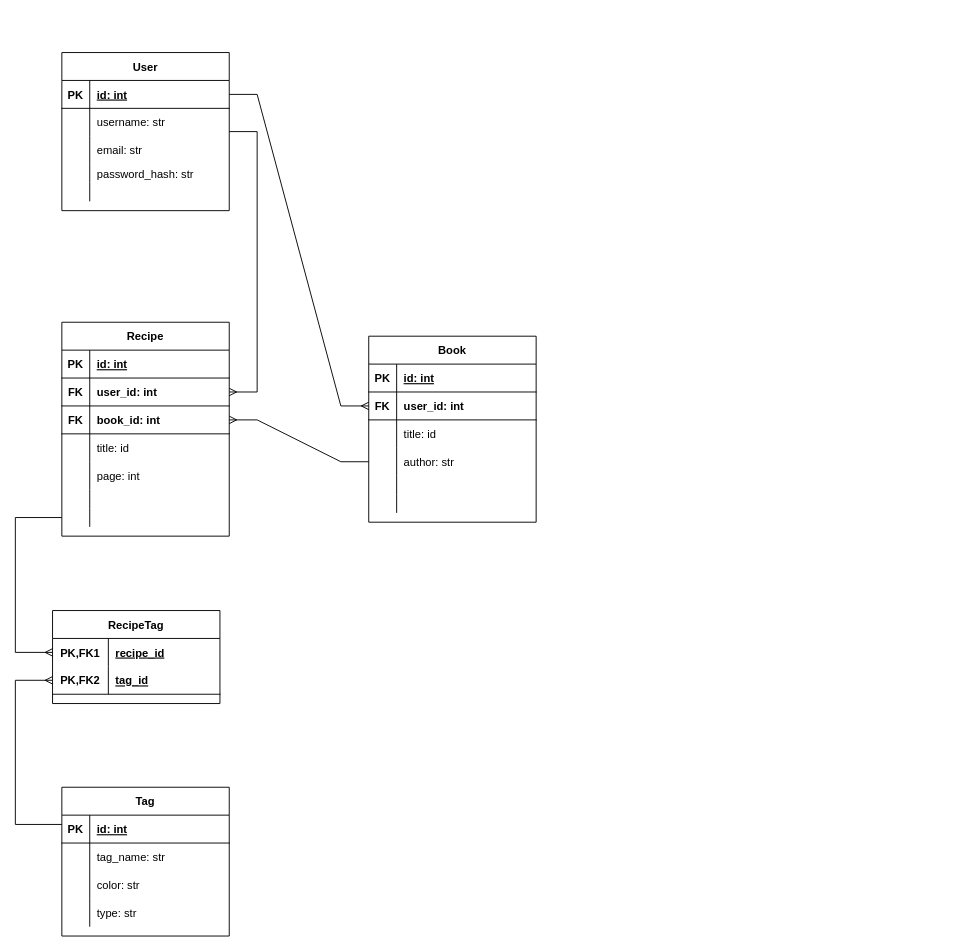
The draw.io diagram doc/recipe_model.drawio in flo-hauser/recipe-collection-api, before the edit. Source tidied: cells renumbered, new cells numbered last; positions are measured from the earlier drawing's top-left corner, leaving out a move shared by most shapes. Both pictures are drawn from the tidied source at 93%, with x=0, y=0 at pixel (15, 52).
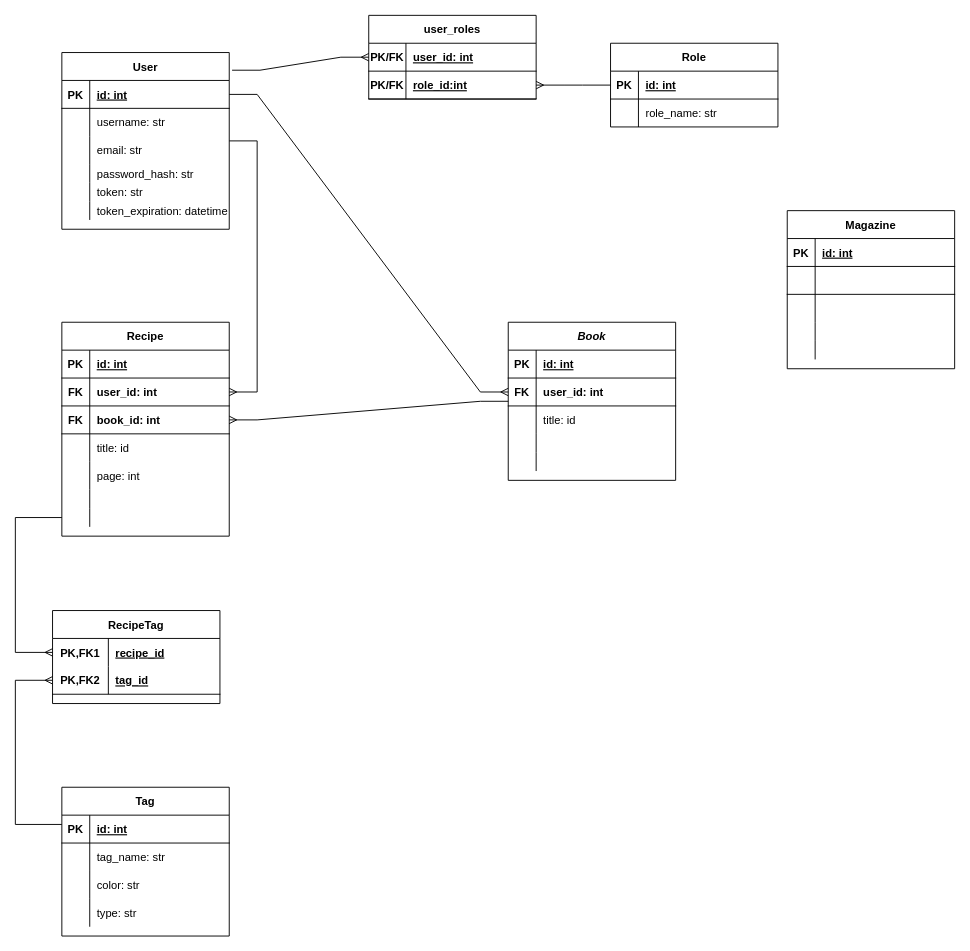
The same diagram, later.

Commit message (it also covers changes not shown here):
basic recipe and book model

Unchanged cells that the change refers to:
```xml
<mxCell id="25" style="shape=tableRow;horizontal=0;startSize=0;swimlaneHead=0;swimlaneBody=0;fillColor=none;points=[[0,0.5],[1,0.5]];portConstraint=eastwest;top=0;left=0;right=0;bottom=1;" parent="18" vertex="1">
  <mxGeometry y="90" width="180" height="30" as="geometry" />
</mxCell>
```

What changed in the source:
```diff
@@
     <mxCell id="2" value="User" style="shape=table;startSize=30;childLayout=tableLayout;rowLines=0;fontStyle=1;align=center;" parent="1" vertex="1">
-      <mxGeometry x="50" width="180" height="170" as="geometry" />
+      <mxGeometry x="50" width="180" height="190" as="geometry" />
     </mxCell>
@@
-    <mxCell id="15" style="shape=tableRow;horizontal=0;startSize=0;swimlaneHead=0;swimlaneBody=0;fillColor=none;top=0;left=0;right=0;bottom=0;" parent="2" vertex="1">
-      <mxGeometry y="140" width="180" height="20" as="geometry" />
-    </mxCell>
-    <mxCell id="16" style="shape=partialRectangle;fillColor=none;top=0;left=0;bottom=0;right=0;overflow=hidden;" parent="15" vertex="1">
-      <mxGeometry width="30" height="20" as="geometry" />
-    </mxCell>
-    <mxCell id="17" style="shape=partialRectangle;fillColor=none;top=0;left=0;bottom=0;right=0;align=left;spacingLeft=6;overflow=hidden;" parent="15" vertex="1">
-      <mxGeometry x="30" width="150" height="20" as="geometry" />
-    </mxCell>
+    <mxCell id="84" style="shape=tableRow;horizontal=0;startSize=0;swimlaneHead=0;swimlaneBody=0;fillColor=none;top=0;left=0;right=0;bottom=0;" parent="2" vertex="1">
+      <mxGeometry y="140" width="180" height="20" as="geometry" />
+    </mxCell>
+    <mxCell id="85" style="shape=partialRectangle;fillColor=none;top=0;left=0;bottom=0;right=0;overflow=hidden;" parent="84" vertex="1">
+      <mxGeometry width="30" height="20" as="geometry" />
+    </mxCell>
+    <mxCell id="86" value="token: str" style="shape=partialRectangle;fillColor=none;top=0;left=0;bottom=0;right=0;align=left;spacingLeft=6;overflow=hidden;" parent="84" vertex="1">
+      <mxGeometry x="30" width="150" height="20" as="geometry" />
+    </mxCell>
+    <mxCell id="87" style="shape=tableRow;horizontal=0;startSize=0;swimlaneHead=0;swimlaneBody=0;fillColor=none;top=0;left=0;right=0;bottom=0;" parent="2" vertex="1">
+      <mxGeometry y="160" width="180" height="20" as="geometry" />
+    </mxCell>
+    <mxCell id="88" style="shape=partialRectangle;fillColor=none;top=0;left=0;bottom=0;right=0;overflow=hidden;" parent="87" vertex="1">
+      <mxGeometry width="30" height="20" as="geometry" />
+    </mxCell>
+    <mxCell id="89" value="token_expiration: datetime" style="shape=partialRectangle;fillColor=none;top=0;left=0;bottom=0;right=0;align=left;spacingLeft=6;overflow=hidden;" parent="87" vertex="1">
+      <mxGeometry x="30" width="150" height="20" as="geometry" />
+    </mxCell>
@@
-    <mxCell id="41" value="Book" style="shape=table;startSize=30;childLayout=tableLayout;rowLines=0;fontStyle=1;align=center;" parent="1" vertex="1">
-      <mxGeometry x="380" y="305" width="180" height="200" as="geometry" />
+    <mxCell id="41" value="Book" style="shape=table;startSize=30;childLayout=tableLayout;rowLines=0;fontStyle=3;align=center;" parent="1" vertex="1">
+      <mxGeometry x="530" y="290" width="180" height="170" as="geometry" />
     </mxCell>
@@
-    <mxCell id="51" style="shape=tableRow;horizontal=0;startSize=0;swimlaneHead=0;swimlaneBody=0;fillColor=none;points=[[0,0.5],[1,0.5]];portConstraint=eastwest;top=0;left=0;right=0;bottom=0;" parent="41" vertex="1">
-      <mxGeometry y="120" width="180" height="30" as="geometry" />
-    </mxCell>
-    <mxCell id="52" style="shape=partialRectangle;fillColor=none;top=0;left=0;bottom=0;right=0;overflow=hidden;" parent="51" vertex="1">
-      <mxGeometry width="30" height="30" as="geometry" />
-    </mxCell>
-    <mxCell id="53" value="author: str" style="shape=partialRectangle;fillColor=none;top=0;left=0;bottom=0;right=0;align=left;spacingLeft=6;overflow=hidden;" parent="51" vertex="1">
-      <mxGeometry x="30" width="150" height="30" as="geometry" />
-    </mxCell>
     <mxCell id="54" style="shape=tableRow;horizontal=0;startSize=0;swimlaneHead=0;swimlaneBody=0;fillColor=none;top=0;left=0;right=0;bottom=0;" parent="41" vertex="1">
-      <mxGeometry y="150" width="180" height="20" as="geometry" />
+      <mxGeometry y="120" width="180" height="20" as="geometry" />
     </mxCell>
@@
     <mxCell id="57" style="shape=tableRow;horizontal=0;startSize=0;swimlaneHead=0;swimlaneBody=0;fillColor=none;top=0;left=0;right=0;bottom=0;" parent="41" vertex="1">
-      <mxGeometry y="170" width="180" height="20" as="geometry" />
+      <mxGeometry y="140" width="180" height="20" as="geometry" />
     </mxCell>
@@
-    <mxCell id="61" style="edgeStyle=entityRelationEdgeStyle;fontSize=12;html=1;endArrow=ERmany;rounded=0;exitX=0;exitY=0.5;exitDx=0;exitDy=0;entryX=1;entryY=0.5;entryDx=0;entryDy=0;" parent="1" edge="1" source="51" target="25">
+    <mxCell id="61" style="edgeStyle=entityRelationEdgeStyle;fontSize=12;html=1;endArrow=ERmany;rounded=0;entryX=1;entryY=0.5;entryDx=0;entryDy=0;" parent="1" edge="1" source="41" target="25">
       <mxGeometry relative="1" as="geometry" />
     </mxCell>
@@
+    <mxCell id="90" value="user_roles" style="shape=table;startSize=30;childLayout=tableLayout;rowLines=0;fontStyle=1;align=center;" parent="1" vertex="1">
+      <mxGeometry x="380" y="-40" width="180" height="90" as="geometry" />
+    </mxCell>
+    <mxCell id="91" style="shape=tableRow;horizontal=0;startSize=0;swimlaneHead=0;swimlaneBody=0;fillColor=none;points=[[0,0.5],[1,0.5]];portConstraint=eastwest;top=0;left=0;right=0;bottom=1;" parent="90" vertex="1">
+      <mxGeometry y="30" width="180" height="30" as="geometry" />
+    </mxCell>
+    <mxCell id="92" value="PK/FK" style="shape=partialRectangle;fillColor=none;top=0;left=0;bottom=0;right=0;fontStyle=1;overflow=hidden;" parent="91" vertex="1">
+      <mxGeometry width="40" height="30" as="geometry" />
+    </mxCell>
+    <mxCell id="93" value="user_id: int" style="shape=partialRectangle;fillColor=none;top=0;left=0;bottom=0;right=0;align=left;spacingLeft=6;fontStyle=5;overflow=hidden;" parent="91" vertex="1">
+      <mxGeometry x="40" width="140" height="30" as="geometry" />
+    </mxCell>
+    <mxCell id="94" style="shape=tableRow;horizontal=0;startSize=0;swimlaneHead=0;swimlaneBody=0;fillColor=none;points=[[0,0.5],[1,0.5]];portConstraint=eastwest;top=0;left=0;right=0;bottom=1;" parent="90" vertex="1">
+      <mxGeometry y="60" width="180" height="30" as="geometry" />
+    </mxCell>
+    <mxCell id="95" value="PK/FK" style="shape=partialRectangle;fillColor=none;top=0;left=0;bottom=0;right=0;fontStyle=1;overflow=hidden;" parent="94" vertex="1">
+      <mxGeometry width="40" height="30" as="geometry" />
+    </mxCell>
+    <mxCell id="96" value="role_id:int" style="shape=partialRectangle;fillColor=none;top=0;left=0;bottom=0;right=0;align=left;spacingLeft=6;fontStyle=5;overflow=hidden;" parent="94" vertex="1">
+      <mxGeometry x="40" width="140" height="30" as="geometry" />
+    </mxCell>
+    <mxCell id="97" value="Role" style="shape=table;startSize=30;childLayout=tableLayout;rowLines=0;fontStyle=1;align=center;" parent="1" vertex="1">
+      <mxGeometry x="640" y="-10" width="180" height="90" as="geometry" />
+    </mxCell>
+    <mxCell id="98" style="shape=tableRow;horizontal=0;startSize=0;swimlaneHead=0;swimlaneBody=0;fillColor=none;points=[[0,0.5],[1,0.5]];portConstraint=eastwest;top=0;left=0;right=0;bottom=1;" parent="97" vertex="1">
+      <mxGeometry y="30" width="180" height="30" as="geometry" />
+    </mxCell>
+    <mxCell id="99" value="PK" style="shape=partialRectangle;fillColor=none;top=0;left=0;bottom=0;right=0;fontStyle=1;overflow=hidden;" parent="98" vertex="1">
+      <mxGeometry width="30" height="30" as="geometry" />
+    </mxCell>
+    <mxCell id="100" value="id: int" style="shape=partialRectangle;fillColor=none;top=0;left=0;bottom=0;right=0;align=left;spacingLeft=6;fontStyle=5;overflow=hidden;" parent="98" vertex="1">
+      <mxGeometry x="30" width="150" height="30" as="geometry" />
+    </mxCell>
+    <mxCell id="101" style="shape=tableRow;horizontal=0;startSize=0;swimlaneHead=0;swimlaneBody=0;fillColor=none;top=0;left=0;right=0;bottom=0;" parent="97" vertex="1">
+      <mxGeometry y="60" width="180" height="30" as="geometry" />
+    </mxCell>
+    <mxCell id="102" style="shape=partialRectangle;fillColor=none;top=0;left=0;bottom=0;right=0;overflow=hidden;" parent="101" vertex="1">
+      <mxGeometry width="30" height="30" as="geometry" />
+    </mxCell>
+    <mxCell id="103" value="role_name: str" style="shape=partialRectangle;fillColor=none;top=0;left=0;bottom=0;right=0;align=left;spacingLeft=6;overflow=hidden;" parent="101" vertex="1">
+      <mxGeometry x="30" width="150" height="30" as="geometry" />
+    </mxCell>
+    <mxCell id="104" style="edgeStyle=entityRelationEdgeStyle;fontSize=12;html=1;endArrow=ERmany;rounded=0;entryX=1;entryY=0.5;entryDx=0;entryDy=0;exitX=0;exitY=0.5;exitDx=0;exitDy=0;" parent="1" edge="1" source="98" target="94">
+      <mxGeometry relative="1" as="geometry" />
+    </mxCell>
+    <mxCell id="105" style="edgeStyle=entityRelationEdgeStyle;fontSize=12;html=1;endArrow=ERmany;rounded=0;entryX=0;entryY=0.5;entryDx=0;entryDy=0;exitX=1.017;exitY=0.1;exitDx=0;exitDy=0;exitPerimeter=0;" parent="1" edge="1" source="2" target="91">
+      <mxGeometry relative="1" as="geometry" />
+    </mxCell>
+    <mxCell id="106" value="Magazine" style="shape=table;startSize=30;childLayout=tableLayout;rowLines=0;fontStyle=1;align=center;" parent="1" vertex="1">
+      <mxGeometry x="830" y="170" width="180" height="170" as="geometry" />
+    </mxCell>
+    <mxCell id="107" style="shape=tableRow;horizontal=0;startSize=0;swimlaneHead=0;swimlaneBody=0;fillColor=none;top=0;left=0;right=0;bottom=1;" parent="106" vertex="1">
+      <mxGeometry y="30" width="180" height="30" as="geometry" />
+    </mxCell>
+    <mxCell id="108" value="PK" style="shape=partialRectangle;fillColor=none;top=0;left=0;bottom=0;right=0;fontStyle=1;overflow=hidden;" parent="107" vertex="1">
+      <mxGeometry width="30" height="30" as="geometry" />
+    </mxCell>
+    <mxCell id="109" value="id: int" style="shape=partialRectangle;fillColor=none;top=0;left=0;bottom=0;right=0;align=left;spacingLeft=6;fontStyle=5;overflow=hidden;" parent="107" vertex="1">
+      <mxGeometry x="30" width="150" height="30" as="geometry" />
+    </mxCell>
+    <mxCell id="110" style="shape=tableRow;horizontal=0;startSize=0;swimlaneHead=0;swimlaneBody=0;fillColor=none;top=0;left=0;right=0;bottom=1;" parent="106" vertex="1">
+      <mxGeometry y="60" width="180" height="30" as="geometry" />
+    </mxCell>
+    <mxCell id="111" style="shape=partialRectangle;fillColor=none;top=0;left=0;bottom=0;right=0;fontStyle=1;overflow=hidden;" parent="110" vertex="1">
+      <mxGeometry width="30" height="30" as="geometry" />
+    </mxCell>
+    <mxCell id="112" style="shape=partialRectangle;fillColor=none;top=0;left=0;bottom=0;right=0;align=left;spacingLeft=6;fontStyle=1;overflow=hidden;" parent="110" vertex="1">
+      <mxGeometry x="30" width="150" height="30" as="geometry" />
+    </mxCell>
+    <mxCell id="113" style="shape=tableRow;horizontal=0;startSize=0;swimlaneHead=0;swimlaneBody=0;fillColor=none;top=0;left=0;right=0;bottom=0;" parent="106" vertex="1">
+      <mxGeometry y="90" width="180" height="30" as="geometry" />
+    </mxCell>
+    <mxCell id="114" style="shape=partialRectangle;fillColor=none;top=0;left=0;bottom=0;right=0;overflow=hidden;" parent="113" vertex="1">
+      <mxGeometry width="30" height="30" as="geometry" />
+    </mxCell>
+    <mxCell id="115" style="shape=partialRectangle;fillColor=none;top=0;left=0;bottom=0;right=0;align=left;spacingLeft=6;overflow=hidden;" parent="113" vertex="1">
+      <mxGeometry x="30" width="150" height="30" as="geometry" />
+    </mxCell>
+    <mxCell id="116" style="shape=tableRow;horizontal=0;startSize=0;swimlaneHead=0;swimlaneBody=0;fillColor=none;top=0;left=0;right=0;bottom=0;" parent="106" vertex="1">
+      <mxGeometry y="120" width="180" height="20" as="geometry" />
+    </mxCell>
+    <mxCell id="117" style="shape=partialRectangle;fillColor=none;top=0;left=0;bottom=0;right=0;overflow=hidden;" parent="116" vertex="1">
+      <mxGeometry width="30" height="20" as="geometry" />
+    </mxCell>
+    <mxCell id="118" style="shape=partialRectangle;fillColor=none;top=0;left=0;bottom=0;right=0;align=left;spacingLeft=6;overflow=hidden;" parent="116" vertex="1">
+      <mxGeometry x="30" width="150" height="20" as="geometry" />
+    </mxCell>
+    <mxCell id="119" style="shape=tableRow;horizontal=0;startSize=0;swimlaneHead=0;swimlaneBody=0;fillColor=none;top=0;left=0;right=0;bottom=0;" parent="106" vertex="1">
+      <mxGeometry y="140" width="180" height="20" as="geometry" />
+    </mxCell>
+    <mxCell id="120" style="shape=partialRectangle;fillColor=none;top=0;left=0;bottom=0;right=0;overflow=hidden;" parent="119" vertex="1">
+      <mxGeometry width="30" height="20" as="geometry" />
+    </mxCell>
+    <mxCell id="121" style="shape=partialRectangle;fillColor=none;top=0;left=0;bottom=0;right=0;align=left;spacingLeft=6;overflow=hidden;" parent="119" vertex="1">
+      <mxGeometry x="30" width="150" height="20" as="geometry" />
+    </mxCell>
```
